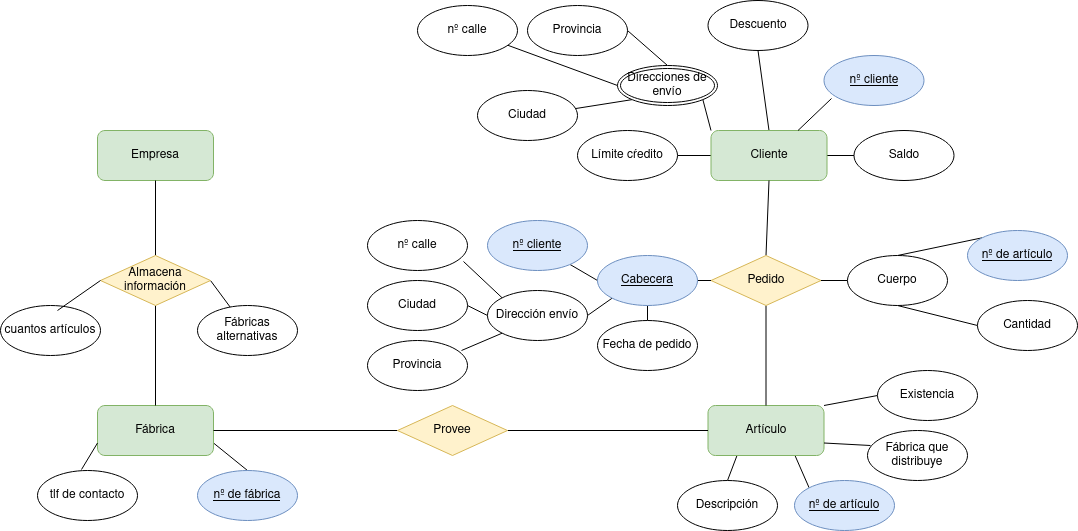
Before: Unidad-1/Tareas/Tarea-2/Ejercicio3.drawio.png, a diagram exported from draw.io (LuisMGlez/base-datos). Source tidied: cells renumbered, new cells last; positions are measured from the earlier drawing's top-left corner, leaving out a move shared by most shapes.
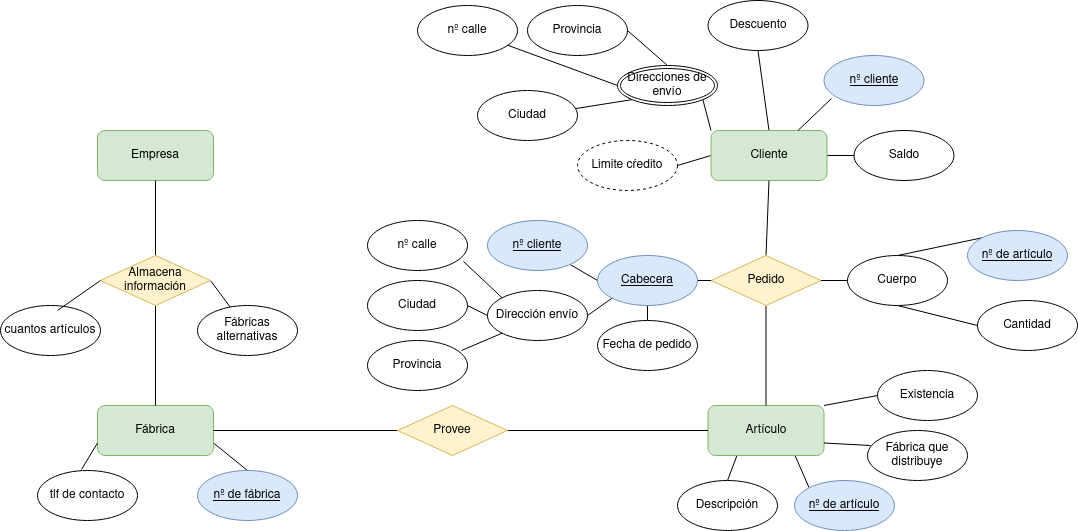
Above is the later version.

The edit, as a diff of the source:
```diff
@@ -2,9 +2,6 @@
   <root>
     <mxCell id="0" />
     <mxCell id="1" parent="0" />
-    <mxCell id="2" style="rounded=0;jettySize=auto;html=1;exitX=0;exitY=0.5;exitDx=0;exitDy=0;entryX=1;entryY=0.5;entryDx=0;entryDy=0;endArrow=none;endFill=0;" parent="1" edge="1" source="6" target="38">
-      <mxGeometry relative="1" as="geometry" />
-    </mxCell>
     <mxCell id="3" style="rounded=0;jettySize=auto;html=1;exitX=0;exitY=0;exitDx=0;exitDy=0;entryX=1;entryY=1;entryDx=0;entryDy=0;endArrow=none;endFill=0;" parent="1" edge="1" source="6" target="44">
       <mxGeometry relative="1" as="geometry" />
     </mxCell>
@@ -14,6 +11,9 @@
     <mxCell id="5" style="rounded=0;jettySize=auto;html=1;exitX=0.5;exitY=0;exitDx=0;exitDy=0;entryX=0.5;entryY=1;entryDx=0;entryDy=0;endArrow=none;endFill=0;" parent="1" edge="1" source="6" target="37">
       <mxGeometry relative="1" as="geometry" />
     </mxCell>
+    <mxCell id="67" style="rounded=0;jettySize=auto;html=1;exitX=0;exitY=0.5;exitDx=0;exitDy=0;entryX=1;entryY=0.5;entryDx=0;entryDy=0;endArrow=none;endFill=0;" parent="1" edge="1" source="6" target="68">
+      <mxGeometry relative="1" as="geometry" />
+    </mxCell>
     <mxCell id="6" value="Cliente" style="rounded=1;whiteSpace=wrap;html=1;fillColor=#d5e8d4;strokeColor=#82b366;" parent="1" vertex="1">
       <mxGeometry x="710.5" y="130" width="116" height="50" as="geometry" />
     </mxCell>
@@ -110,9 +110,6 @@
     <mxCell id="37" value="Descuento" style="ellipse;whiteSpace=wrap;html=1;" parent="1" vertex="1">
       <mxGeometry x="707.5" width="100" height="50" as="geometry" />
     </mxCell>
-    <mxCell id="38" value="Límite cŕedito" style="ellipse;whiteSpace=wrap;html=1;" parent="1" vertex="1">
-      <mxGeometry x="577" y="130" width="100" height="50" as="geometry" />
-    </mxCell>
     <mxCell id="39" value="Saldo" style="ellipse;whiteSpace=wrap;html=1;" parent="1" vertex="1">
       <mxGeometry x="853.5" y="130" width="100" height="50" as="geometry" />
     </mxCell>
@@ -197,5 +194,8 @@
     <mxCell id="66" style="rounded=0;jettySize=auto;html=1;exitX=0;exitY=0.5;exitDx=0;exitDy=0;entryX=0.57;entryY=0.1;entryDx=0;entryDy=0;entryPerimeter=0;endArrow=none;endFill=0;" parent="1" edge="1" source="25" target="62">
       <mxGeometry relative="1" as="geometry" />
     </mxCell>
+    <mxCell id="68" value="Limite cŕedito" style="ellipse;whiteSpace=wrap;html=1;align=center;dashed=1;" parent="1" vertex="1">
+      <mxGeometry x="577" y="140" width="100" height="50" as="geometry" />
+    </mxCell>
   </root>
 </mxGraphModel>
```
